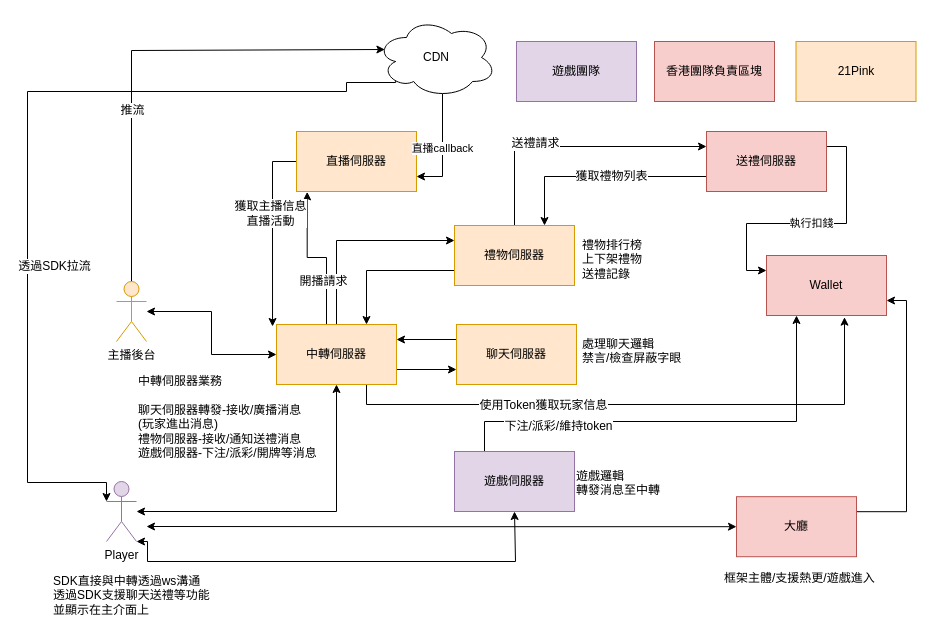
The draw.io diagram Untitled Diagram.drawio in ryanCool/middlewareModule, before the edit. Source tidied: cells renumbered, new cells numbered last; positions are measured from the earlier drawing's top-left corner, leaving out a move shared by most shapes. Both pictures are drawn from the tidied source at 100%, with x=0, y=0 at pixel (27, 17).
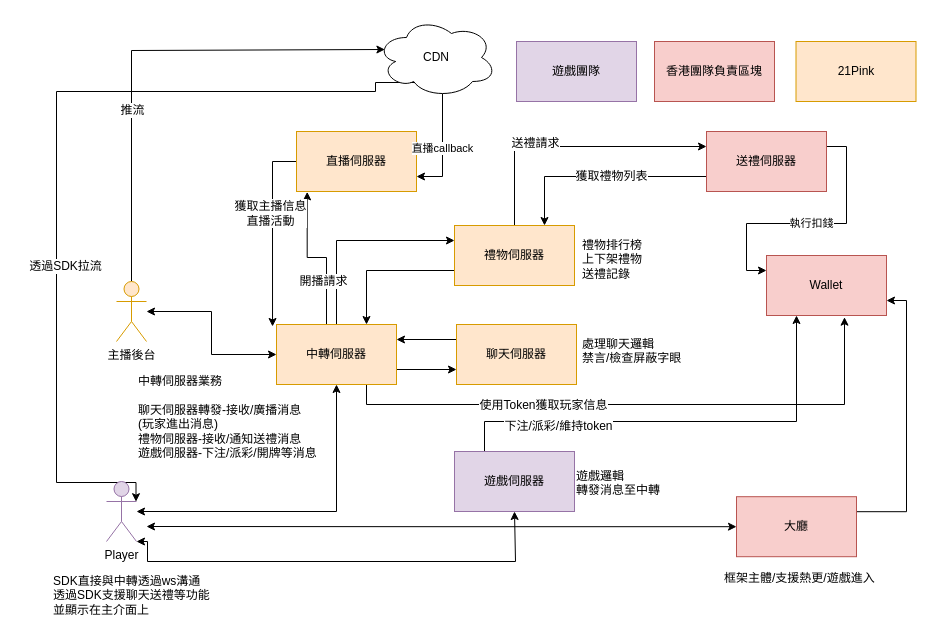
The same diagram, later.

Unchanged cells that the change refers to:
```xml
<mxCell id="13" value="Player" style="shape=umlActor;verticalLabelPosition=bottom;labelBackgroundColor=#ffffff;verticalAlign=top;html=1;outlineConnect=0;fillColor=#e1d5e7;strokeColor=#9673a6;" parent="1" vertex="1">
  <mxGeometry x="79" y="464" width="30" height="60" as="geometry" />
</mxCell>
<mxCell id="47" value="CDN" style="ellipse;shape=cloud;whiteSpace=wrap;html=1;" parent="1" vertex="1">
  <mxGeometry x="349" width="120" height="80" as="geometry" />
</mxCell>
```

What changed in the source:
```diff
@@
-    <mxCell id="11" style="edgeStyle=orthogonalEdgeStyle;rounded=0;jettySize=auto;html=1;exitX=0;exitY=0.3333333333333333;exitDx=0;exitDy=0;exitPerimeter=0;entryX=0.16;entryY=0.55;entryDx=0;entryDy=0;entryPerimeter=0;startArrow=classic;startFill=1;" parent="1" edge="1" source="13" target="47">
+    <mxCell id="11" style="edgeStyle=orthogonalEdgeStyle;rounded=0;orthogonalLoop=1;jettySize=auto;html=1;exitX=0;exitY=0.3333333333333333;exitDx=0;exitDy=0;exitPerimeter=0;entryX=0.16;entryY=0.55;entryDx=0;entryDy=0;entryPerimeter=0;startArrow=classic;startFill=1;" parent="1" edge="1">
       <mxGeometry relative="1" as="geometry">
+        <mxPoint x="108.5" y="484.2" as="sourcePoint" />
+        <mxPoint x="397.7" y="44.2" as="targetPoint" />
         <Array as="points">
-          <mxPoint x="79" y="465" />
-          <mxPoint y="465" />
-          <mxPoint y="74" />
-          <mxPoint x="319" y="74" />
-          <mxPoint x="319" y="65" />
-          <mxPoint x="368" y="65" />
+          <mxPoint x="108" y="465" />
+          <mxPoint x="29" y="465" />
+          <mxPoint x="29" y="74" />
+          <mxPoint x="348" y="74" />
+          <mxPoint x="348" y="65" />
+          <mxPoint x="397" y="65" />
         </Array>
       </mxGeometry>
     </mxCell>
     <mxCell id="12" value="透過SDK拉流" style="text;html=1;align=center;verticalAlign=middle;labelBackgroundColor=#ffffff;" parent="11" vertex="1">
       <mxGeometry x="-0.29" relative="1" as="geometry">
-        <mxPoint x="26" as="offset" />
+        <mxPoint x="8" as="offset" />
       </mxGeometry>
     </mxCell>
```
